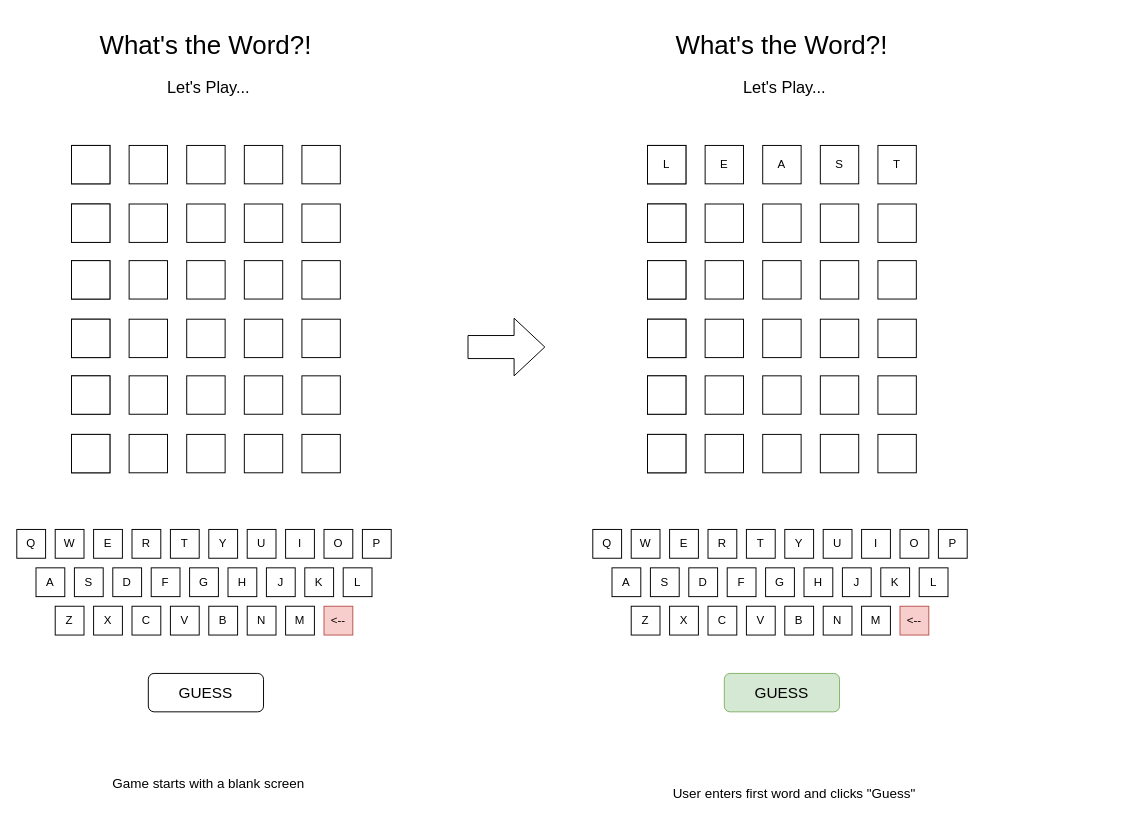
The draw.io diagram wireframes/gameStart.drawio in BeccaK8/whats-the-word, before the edit. Source tidied: cells renumbered, new cells numbered last; positions are measured from the earlier drawing's top-left corner, leaving out a move shared by most shapes. Both pictures are drawn from the tidied source at 96%, with x=0, y=0 at pixel (16, 16).
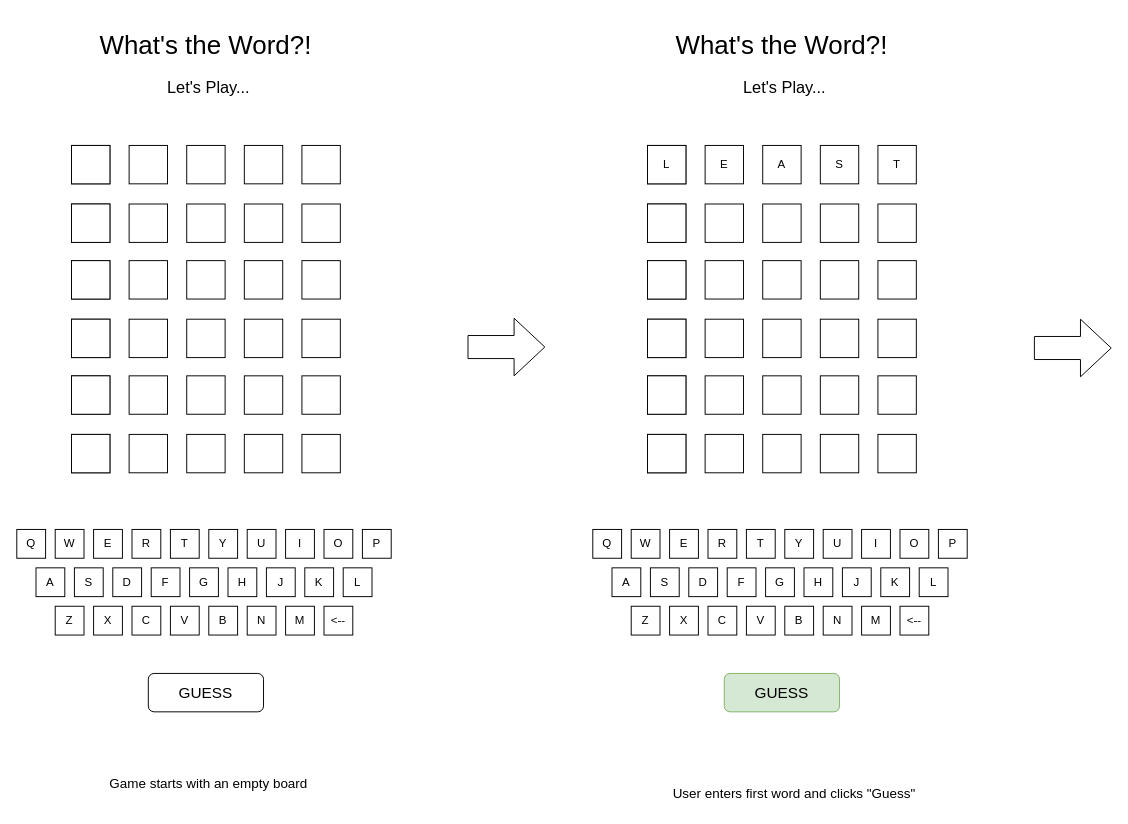
Above is the later version.

Change to the diagram source:
```diff
@@
-    <mxCell id="65" value="&amp;lt;--" style="whiteSpace=wrap;html=1;fillColor=#f8cecc;strokeColor=#b85450;" parent="1" vertex="1">
+    <mxCell id="65" value="&amp;lt;--" style="whiteSpace=wrap;html=1;" parent="1" vertex="1">
       <mxGeometry x="320" y="614" width="30" height="30" as="geometry" />
     </mxCell>
@@
-    <mxCell id="131" value="&amp;lt;--" style="whiteSpace=wrap;html=1;fillColor=#f8cecc;strokeColor=#b85450;" parent="1" vertex="1">
+    <mxCell id="131" value="&amp;lt;--" style="whiteSpace=wrap;html=1;" parent="1" vertex="1">
       <mxGeometry x="920" y="614" width="30" height="30" as="geometry" />
     </mxCell>
@@
-    <mxCell id="135" value="Game starts with a blank screen" style="text;strokeColor=none;align=center;fillColor=none;html=1;verticalAlign=middle;whiteSpace=wrap;rounded=0;fontSize=14;" parent="1" vertex="1">
+    <mxCell id="135" value="Game starts with an empty board" style="text;strokeColor=none;align=center;fillColor=none;html=1;verticalAlign=middle;whiteSpace=wrap;rounded=0;fontSize=14;" parent="1" vertex="1">
       <mxGeometry x="80" y="784" width="240" height="30" as="geometry" />
     </mxCell>
@@
+    <mxCell id="137" style="shape=singleArrow;whiteSpace=wrap;html=1;arrowWidth=0.4;arrowSize=0.4;" parent="1" vertex="1">
+      <mxGeometry x="1060" y="315" width="80" height="60" as="geometry" />
+    </mxCell>
```
